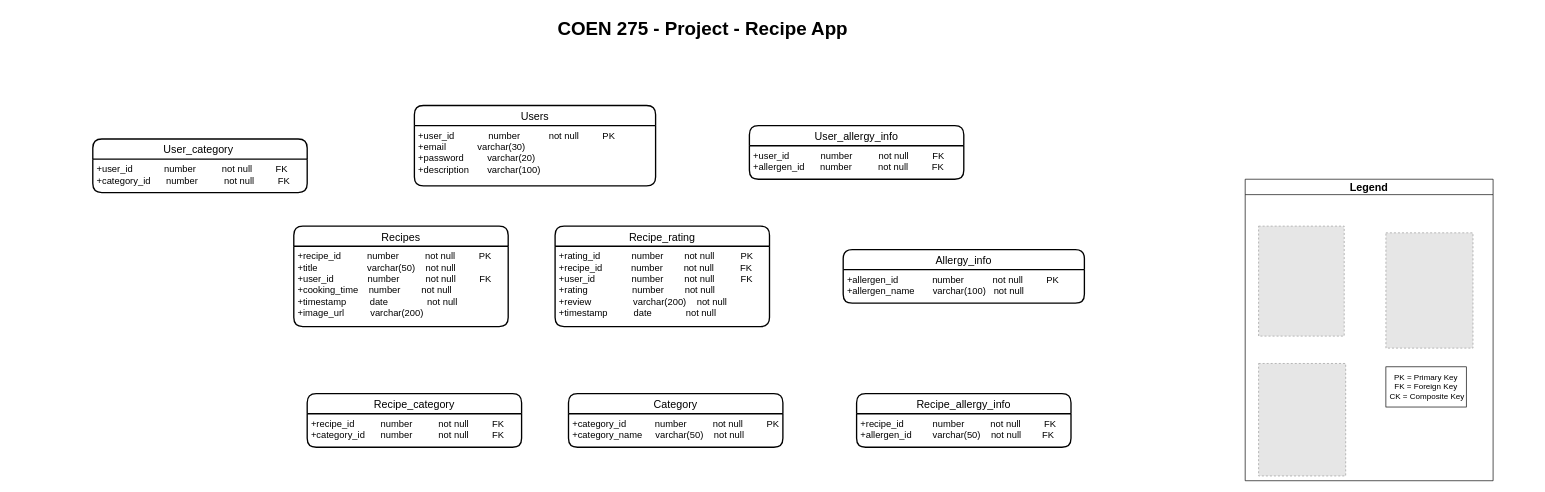
Before: DB Schema/recipe-app-schema.drawio in Ajitesh-Tamirisa/Recipe-sharing-app, a draw.io diagram. Source tidied: cells renumbered, new cells numbered last; positions are measured from the earlier drawing's top-left corner, leaving out a move shared by most shapes. Both pictures are drawn from the tidied source at 67%, with x=0, y=0 at pixel (92, 11). Pictures stored in the file or linked from it are replaced by grey dashed boxes.
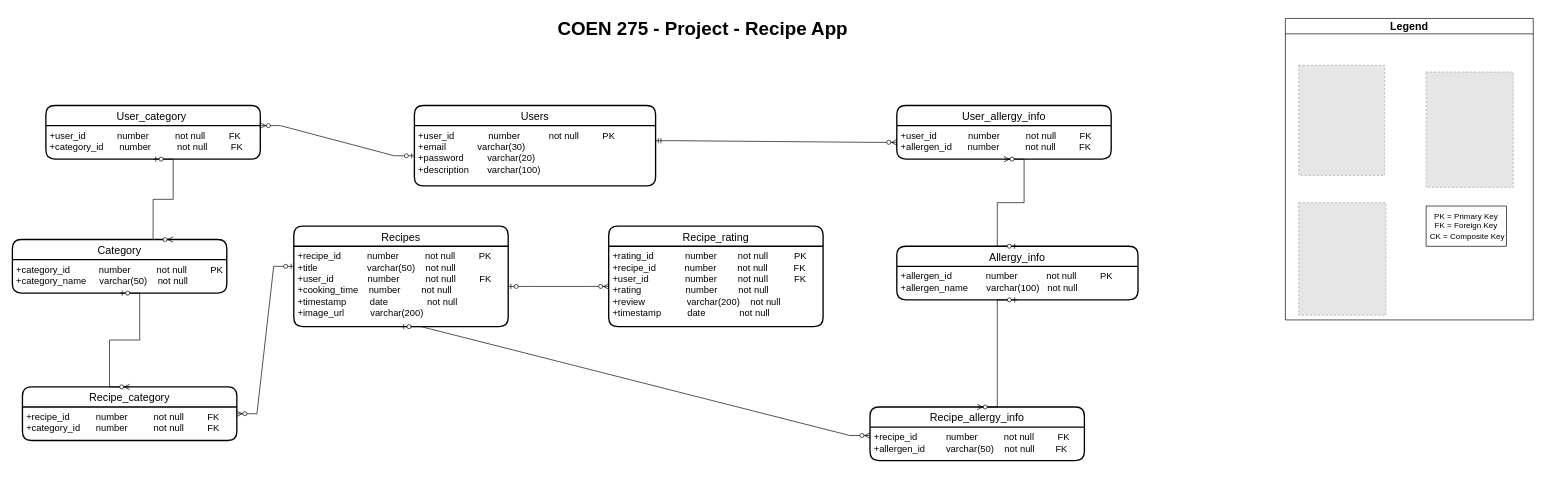
Above is the later version.

The change refers to these unchanged cells:
```xml
<mxCell id="3" value="+user_id             number           not null         PK&#10;+email                varchar(30)&#10;+password         varchar(20)&#10;+description       varchar(100)" style="align=left;strokeColor=none;fillColor=none;spacingLeft=4;fontSize=14;verticalAlign=top;" parent="2" vertex="1">
  <mxGeometry y="30" width="360" height="90" as="geometry" />
</mxCell>
<mxCell id="11" value="+allergen_id             number           not null         PK&#10;+allergen_name       varchar(100)   not null" style="align=left;strokeColor=none;fillColor=none;spacingLeft=4;fontSize=14;verticalAlign=top;" parent="10" vertex="1">
  <mxGeometry y="30" width="360" height="50" as="geometry" />
</mxCell>
<mxCell id="13" value="+user_id            number          not null         FK&#10;+category_id      number          not null         FK" style="align=left;strokeColor=none;fillColor=none;spacingLeft=4;fontSize=14;verticalAlign=top;" parent="12" vertex="1">
  <mxGeometry y="30" width="320" height="50" as="geometry" />
</mxCell>
<mxCell id="15" value="+recipe_id          number          not null         PK&#10;+title                   varchar(50)    not null&#10;+user_id             number          not null         FK&#10;+cooking_time    number        not null&#10;+timestamp         date               not null &#10;+image_url          varchar(200)" style="align=left;strokeColor=none;fillColor=none;spacingLeft=4;fontSize=14;verticalAlign=top;" parent="14" vertex="1">
  <mxGeometry y="30" width="320" height="120" as="geometry" />
</mxCell>
<mxCell id="21" value="+recipe_id           number          not null         FK&#10;+allergen_id        varchar(50)    not null        FK" style="align=left;strokeColor=none;fillColor=none;spacingLeft=4;fontSize=14;verticalAlign=top;" parent="20" vertex="1">
  <mxGeometry y="30" width="320" height="50" as="geometry" />
</mxCell>
<mxCell id="23" value="+rating_id            number        not null          PK&#10;+recipe_id           number        not null          FK&#10;+user_id              number        not null          FK&#10;+rating                 number        not null    &#10;+review                varchar(200)    not null&#10;+timestamp          date             not null" style="align=left;strokeColor=none;fillColor=none;spacingLeft=4;fontSize=14;verticalAlign=top;" parent="22" vertex="1">
  <mxGeometry y="30" width="320" height="120" as="geometry" />
</mxCell>
<mxCell id="25" value="+user_id            number          not null         FK&#10;+allergen_id      number          not null         FK" style="align=left;strokeColor=none;fillColor=none;spacingLeft=4;fontSize=14;verticalAlign=top;" parent="24" vertex="1">
  <mxGeometry y="30" width="320" height="50" as="geometry" />
</mxCell>
```

What changed in the source:
```diff
@@
     <mxCell id="4" value="Legend" style="swimlane;fontSize=16;" parent="1" vertex="1">
-      <mxGeometry x="1720" y="250" width="370" height="450" as="geometry" />
+      <mxGeometry x="1780" y="10" width="370" height="450" as="geometry" />
     </mxCell>
@@
     <mxCell id="10" value="Allergy_info" style="swimlane;horizontal=1;startSize=30;rounded=1;fontSize=16;fontStyle=0;strokeWidth=2;shadow=0;dashed=0;align=center;" parent="1" vertex="1">
-      <mxGeometry x="1120" y="355" width="360" height="80" as="geometry" />
+      <mxGeometry x="1200" y="350" width="360" height="80" as="geometry" />
     </mxCell>
@@
     <mxCell id="12" value="User_category " style="swimlane;horizontal=1;startSize=30;rounded=1;fontSize=16;fontStyle=0;strokeWidth=2;shadow=0;dashed=0;align=center;" parent="1" vertex="1">
-      <mxGeometry y="190" width="320" height="80" as="geometry" />
+      <mxGeometry x="-70" y="140" width="320" height="80" as="geometry" />
     </mxCell>
@@
     <mxCell id="16" value="Category" style="swimlane;horizontal=1;startSize=30;rounded=1;fontSize=16;fontStyle=0;strokeWidth=2;shadow=0;dashed=0;align=center;" parent="1" vertex="1">
-      <mxGeometry x="710" y="570" width="320" height="80" as="geometry" />
+      <mxGeometry x="-120" y="340" width="320" height="80" as="geometry" />
     </mxCell>
@@
     <mxCell id="18" value="Recipe_category" style="swimlane;horizontal=1;startSize=30;rounded=1;fontSize=16;fontStyle=0;strokeWidth=2;shadow=0;dashed=0;align=center;" parent="1" vertex="1">
-      <mxGeometry x="320" y="570" width="320" height="80" as="geometry" />
+      <mxGeometry x="-105" y="560" width="320" height="80" as="geometry" />
     </mxCell>
@@
     <mxCell id="20" value="Recipe_allergy_info" style="swimlane;horizontal=1;startSize=30;rounded=1;fontSize=16;fontStyle=0;strokeWidth=2;shadow=0;dashed=0;align=center;" parent="1" vertex="1">
-      <mxGeometry x="1140" y="570" width="320" height="80" as="geometry" />
+      <mxGeometry x="1160" y="590" width="320" height="80" as="geometry" />
     </mxCell>
@@
     <mxCell id="22" value="Recipe_rating" style="swimlane;horizontal=1;startSize=30;rounded=1;fontSize=16;fontStyle=0;strokeWidth=2;shadow=0;dashed=0;align=center;" parent="1" vertex="1">
-      <mxGeometry x="690" y="320" width="320" height="150" as="geometry" />
+      <mxGeometry x="770" y="320" width="320" height="150" as="geometry" />
     </mxCell>
@@
     <mxCell id="24" value="User_allergy_info" style="swimlane;horizontal=1;startSize=30;rounded=1;fontSize=16;fontStyle=0;strokeWidth=2;shadow=0;dashed=0;align=center;" parent="1" vertex="1">
-      <mxGeometry x="980" y="170" width="320" height="80" as="geometry" />
+      <mxGeometry x="1200" y="140" width="320" height="80" as="geometry" />
     </mxCell>
@@
+    <mxCell id="26" style="edgeStyle=entityRelationEdgeStyle;fontSize=12;html=1;endArrow=ERzeroToMany;startArrow=ERzeroToOne;rounded=0;entryX=0;entryY=0.5;entryDx=0;entryDy=0;exitX=1;exitY=0.5;exitDx=0;exitDy=0;" parent="1" edge="1" source="15" target="23">
+      <mxGeometry relative="1" as="geometry">
+        <Array as="points">
+          <mxPoint x="880" y="250" />
+          <mxPoint x="1040" y="270" />
+        </Array>
+      </mxGeometry>
+    </mxCell>
+    <mxCell id="27" style="edgeStyle=entityRelationEdgeStyle;fontSize=12;html=1;endArrow=ERzeroToMany;startArrow=ERzeroToOne;rounded=0;entryX=0.5;entryY=1;entryDx=0;entryDy=0;exitX=0.5;exitY=0;exitDx=0;exitDy=0;" parent="1" edge="1" source="10" target="24">
+      <mxGeometry relative="1" as="geometry" />
+    </mxCell>
+    <mxCell id="28" style="edgeStyle=entityRelationEdgeStyle;fontSize=12;html=1;endArrow=ERzeroToMany;startArrow=ERzeroToOne;rounded=0;exitX=0.5;exitY=1;exitDx=0;exitDy=0;entryX=0.5;entryY=0;entryDx=0;entryDy=0;" parent="1" edge="1" source="11" target="20">
+      <mxGeometry relative="1" as="geometry">
+        <Array as="points">
+          <mxPoint x="1330" y="480" />
+        </Array>
+      </mxGeometry>
+    </mxCell>
+    <mxCell id="29" style="edgeStyle=entityRelationEdgeStyle;fontSize=12;html=1;endArrow=ERzeroToMany;startArrow=ERmandOne;rounded=0;exitX=1;exitY=0.25;exitDx=0;exitDy=0;entryX=0;entryY=0.5;entryDx=0;entryDy=0;" parent="1" edge="1" source="3" target="25">
+      <mxGeometry relative="1" as="geometry" />
+    </mxCell>
+    <mxCell id="30" style="edgeStyle=entityRelationEdgeStyle;fontSize=12;html=1;endArrow=ERzeroToMany;startArrow=ERzeroToOne;rounded=0;exitX=0.5;exitY=1;exitDx=0;exitDy=0;entryX=0;entryY=0.25;entryDx=0;entryDy=0;" parent="1" edge="1" source="15" target="21">
+      <mxGeometry relative="1" as="geometry" />
+    </mxCell>
+    <mxCell id="31" style="edgeStyle=entityRelationEdgeStyle;fontSize=12;html=1;endArrow=ERzeroToMany;startArrow=ERzeroToOne;rounded=0;exitX=0;exitY=0.25;exitDx=0;exitDy=0;entryX=1;entryY=0.5;entryDx=0;entryDy=0;" parent="1" edge="1" source="15" target="18">
+      <mxGeometry relative="1" as="geometry" />
+    </mxCell>
+    <mxCell id="32" style="edgeStyle=entityRelationEdgeStyle;fontSize=12;html=1;endArrow=ERzeroToMany;startArrow=ERzeroToOne;rounded=0;exitX=0.5;exitY=1;exitDx=0;exitDy=0;entryX=0.5;entryY=0;entryDx=0;entryDy=0;" parent="1" edge="1" source="16" target="18">
+      <mxGeometry relative="1" as="geometry" />
+    </mxCell>
+    <mxCell id="33" style="edgeStyle=entityRelationEdgeStyle;fontSize=12;html=1;endArrow=ERzeroToMany;startArrow=ERzeroToOne;rounded=0;exitX=0;exitY=0.5;exitDx=0;exitDy=0;entryX=1;entryY=0;entryDx=0;entryDy=0;" parent="1" edge="1" source="3" target="13">
+      <mxGeometry relative="1" as="geometry" />
+    </mxCell>
+    <mxCell id="34" style="edgeStyle=entityRelationEdgeStyle;fontSize=12;html=1;endArrow=ERzeroToMany;startArrow=ERzeroToOne;rounded=0;exitX=0.5;exitY=1;exitDx=0;exitDy=0;entryX=0.75;entryY=0;entryDx=0;entryDy=0;" parent="1" edge="1" source="13" target="16">
+      <mxGeometry relative="1" as="geometry" />
+    </mxCell>
```
